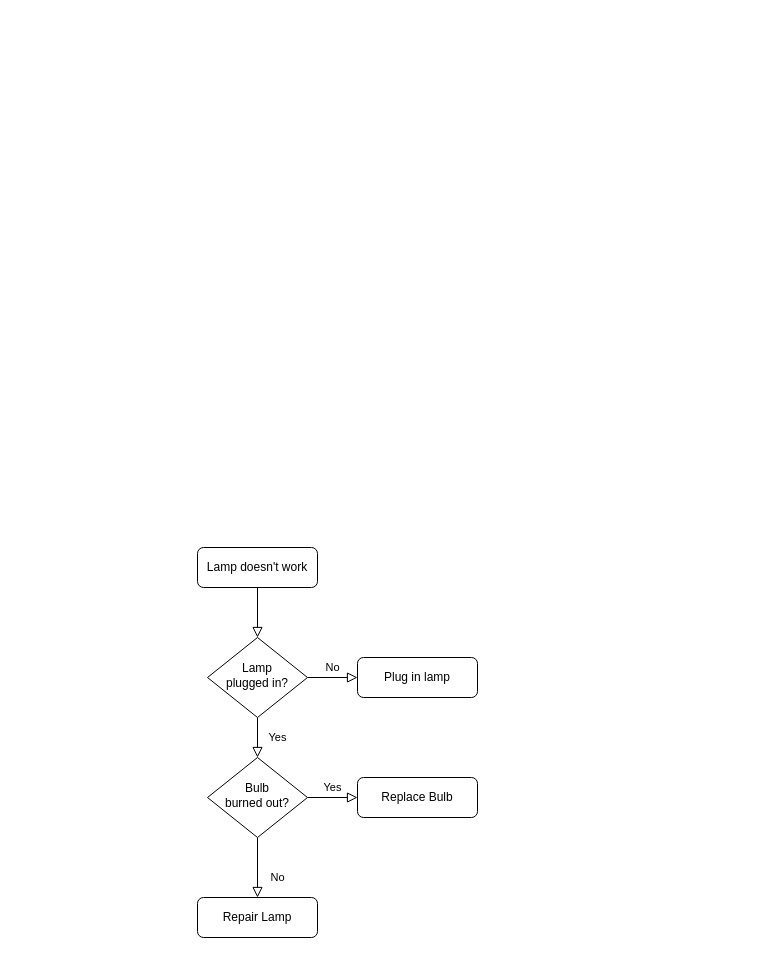
Before: diagrams/Untitled Diagram.drawio in chocolate213/draw.io-diagrams, a draw.io diagram. Source tidied: cells renumbered, new cells numbered last; positions are measured from the earlier drawing's top-left corner, leaving out a move shared by most shapes. Both pictures are drawn from the tidied source at 100%, with x=0, y=0 at pixel (197, 547).
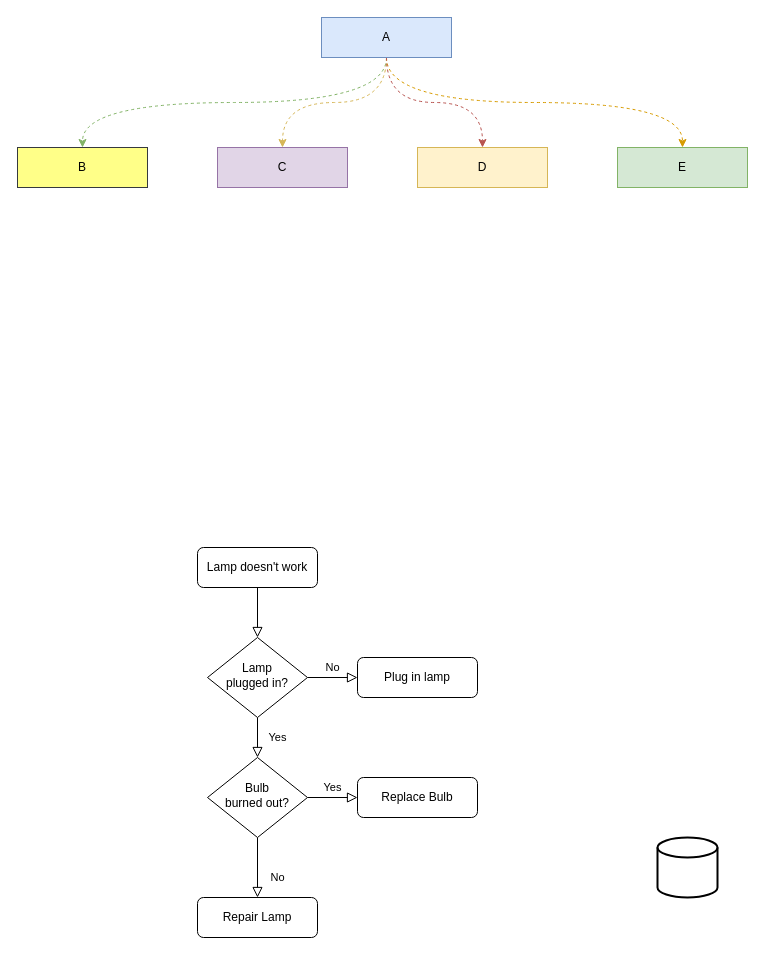
The same diagram, later.

What changed in the source:
```diff
@@
+    <mxCell id="13" style="strokeWidth=2;html=1;shape=mxgraph.flowchart.database;whiteSpace=wrap;" parent="1" vertex="1">
+      <mxGeometry x="460" y="290" width="60" height="60" as="geometry" />
+    </mxCell>
+    <mxCell id="14" style="edgeStyle=orthogonalEdgeStyle;curved=1;rounded=0;jettySize=auto;html=1;exitX=0.5;exitY=1;exitDx=0;exitDy=0;entryX=0.5;entryY=0;entryDx=0;entryDy=0;fillColor=#d5e8d4;strokeColor=#82b366;dashed=1;" parent="1" edge="1" source="18" target="22">
+      <mxGeometry relative="1" as="geometry" />
+    </mxCell>
+    <mxCell id="15" style="edgeStyle=orthogonalEdgeStyle;curved=1;rounded=0;jettySize=auto;html=1;exitX=0.5;exitY=1;exitDx=0;exitDy=0;entryX=0.5;entryY=0;entryDx=0;entryDy=0;fillColor=#fff2cc;strokeColor=#d6b656;dashed=1;" parent="1" edge="1" source="18" target="19">
+      <mxGeometry relative="1" as="geometry" />
+    </mxCell>
+    <mxCell id="16" style="edgeStyle=orthogonalEdgeStyle;curved=1;rounded=0;jettySize=auto;html=1;exitX=0.5;exitY=1;exitDx=0;exitDy=0;fillColor=#ffe6cc;strokeColor=#d79b00;dashed=1;" parent="1" edge="1" source="18" target="20">
+      <mxGeometry relative="1" as="geometry" />
+    </mxCell>
+    <mxCell id="17" style="edgeStyle=orthogonalEdgeStyle;curved=1;rounded=0;jettySize=auto;html=1;fillColor=#f8cecc;strokeColor=#b85450;dashed=1;" parent="1" edge="1" source="18" target="21">
+      <mxGeometry relative="1" as="geometry" />
+    </mxCell>
+    <mxCell id="18" value="A" style="rounded=0;whiteSpace=wrap;html=1;fillColor=#dae8fc;strokeColor=#6c8ebf;" parent="1" vertex="1">
+      <mxGeometry x="124" y="-530" width="130" height="40" as="geometry" />
+    </mxCell>
+    <mxCell id="19" value="C" style="rounded=0;whiteSpace=wrap;html=1;fillColor=#e1d5e7;strokeColor=#9673a6;" parent="1" vertex="1">
+      <mxGeometry x="20" y="-400" width="130" height="40" as="geometry" />
+    </mxCell>
+    <mxCell id="20" value="E" style="rounded=0;whiteSpace=wrap;html=1;fillColor=#d5e8d4;strokeColor=#82b366;" parent="1" vertex="1">
+      <mxGeometry x="420" y="-400" width="130" height="40" as="geometry" />
+    </mxCell>
+    <mxCell id="21" value="D" style="rounded=0;whiteSpace=wrap;html=1;fillColor=#fff2cc;strokeColor=#d6b656;" parent="1" vertex="1">
+      <mxGeometry x="220" y="-400" width="130" height="40" as="geometry" />
+    </mxCell>
+    <mxCell id="22" value="B" style="rounded=0;whiteSpace=wrap;html=1;fillColor=#ffff88;strokeColor=#36393d;" parent="1" vertex="1">
+      <mxGeometry x="-180" y="-400" width="130" height="40" as="geometry" />
+    </mxCell>
```
